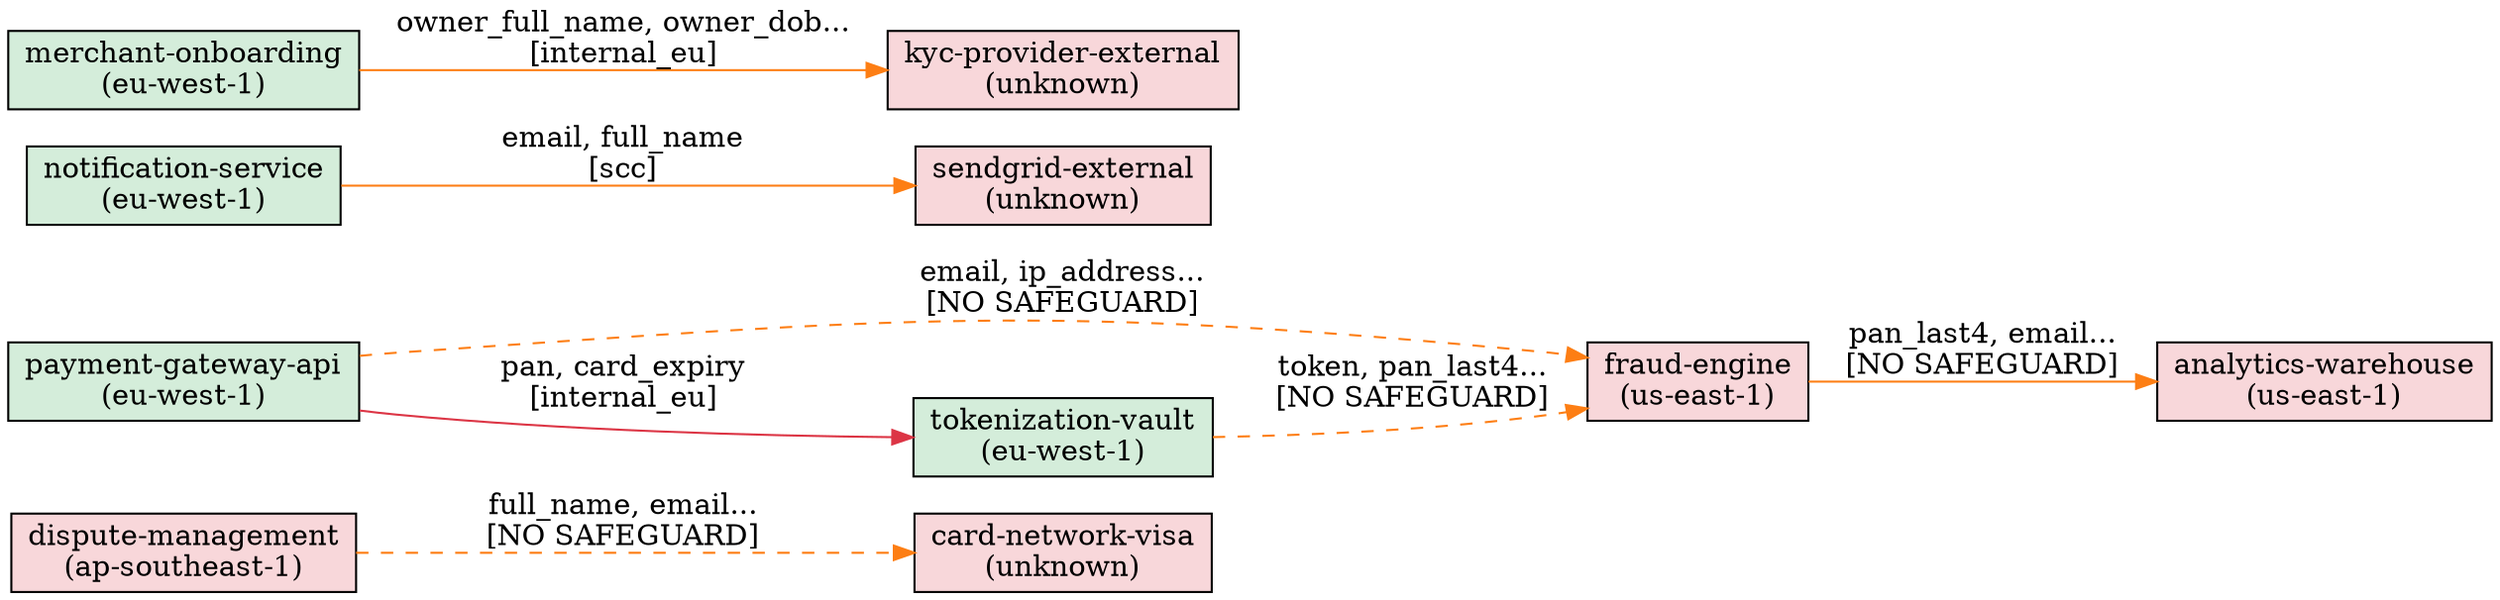
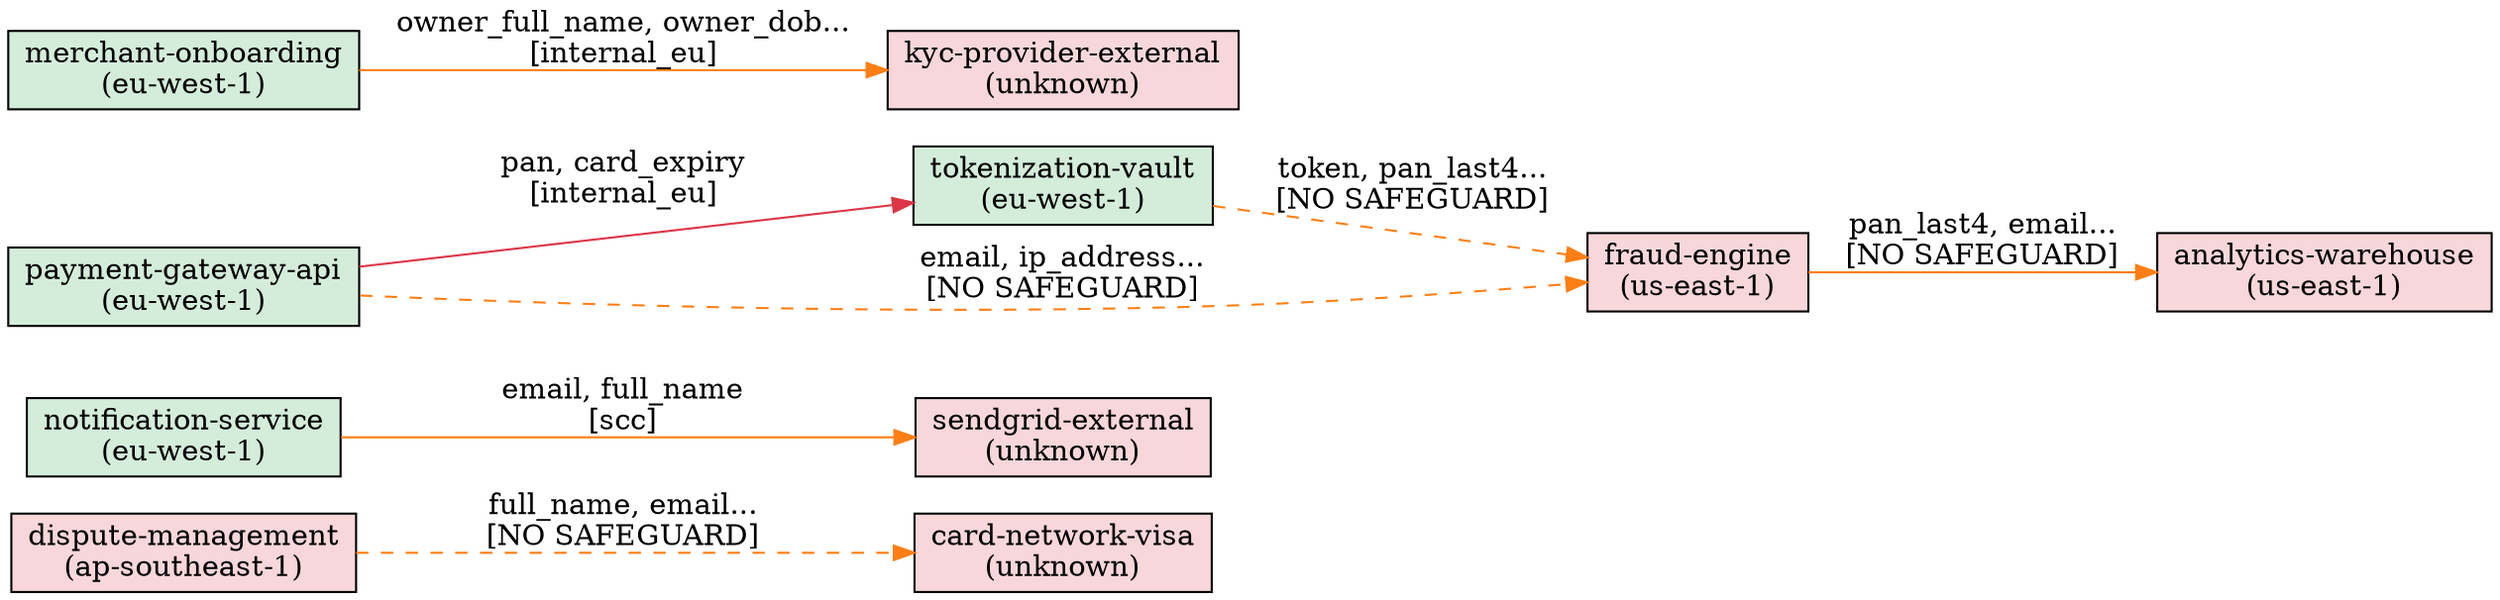
digraph data_flows {
  rankdir=LR;
  node [shape=box, style=filled];

+   "dispute-management" [label="dispute-management\n(ap-southeast-1)", fillcolor="#f8d7da"];
+   "notification-service" [label="notification-service\n(eu-west-1)", fillcolor="#d4edda"];
+   "analytics-warehouse" [label="analytics-warehouse\n(us-east-1)", fillcolor="#f8d7da"];
  "card-network-visa" [label="card-network-visa\n(unknown)", fillcolor="#f8d7da"];
-   "analytics-warehouse" [label="analytics-warehouse\n(us-east-1)", fillcolor="#f8d7da"];
-   "dispute-management" [label="dispute-management\n(ap-southeast-1)", fillcolor="#f8d7da"];
  "sendgrid-external" [label="sendgrid-external\n(unknown)", fillcolor="#f8d7da"];
-   "notification-service" [label="notification-service\n(eu-west-1)", fillcolor="#d4edda"];
+   "merchant-onboarding" [label="merchant-onboarding\n(eu-west-1)", fillcolor="#d4edda"];
+   "tokenization-vault" [label="tokenization-vault\n(eu-west-1)", fillcolor="#d4edda"];
+   "kyc-provider-external" [label="kyc-provider-external\n(unknown)", fillcolor="#f8d7da"];
+   "payment-gateway-api" [label="payment-gateway-api\n(eu-west-1)", fillcolor="#d4edda"];
  "fraud-engine" [label="fraud-engine\n(us-east-1)", fillcolor="#f8d7da"];
-   "kyc-provider-external" [label="kyc-provider-external\n(unknown)", fillcolor="#f8d7da"];
-   "tokenization-vault" [label="tokenization-vault\n(eu-west-1)", fillcolor="#d4edda"];
-   "payment-gateway-api" [label="payment-gateway-api\n(eu-west-1)", fillcolor="#d4edda"];
-   "merchant-onboarding" [label="merchant-onboarding\n(eu-west-1)", fillcolor="#d4edda"];

  "payment-gateway-api" -> "tokenization-vault" [label="pan, card_expiry\n[internal_eu]", color="#dc3545", style=solid];
  "payment-gateway-api" -> "fraud-engine" [label="email, ip_address...\n[NO SAFEGUARD]", color="#fd7e14", style=dashed];
  "tokenization-vault" -> "fraud-engine" [label="token, pan_last4...\n[NO SAFEGUARD]", color="#fd7e14", style=dashed];
  "fraud-engine" -> "analytics-warehouse" [label="pan_last4, email...\n[NO SAFEGUARD]", color="#fd7e14", style=solid];
  "notification-service" -> "sendgrid-external" [label="email, full_name\n[scc]", color="#fd7e14", style=solid];
  "merchant-onboarding" -> "kyc-provider-external" [label="owner_full_name, owner_dob...\n[internal_eu]", color="#fd7e14", style=solid];
  "dispute-management" -> "card-network-visa" [label="full_name, email...\n[NO SAFEGUARD]", color="#fd7e14", style=dashed];
}
